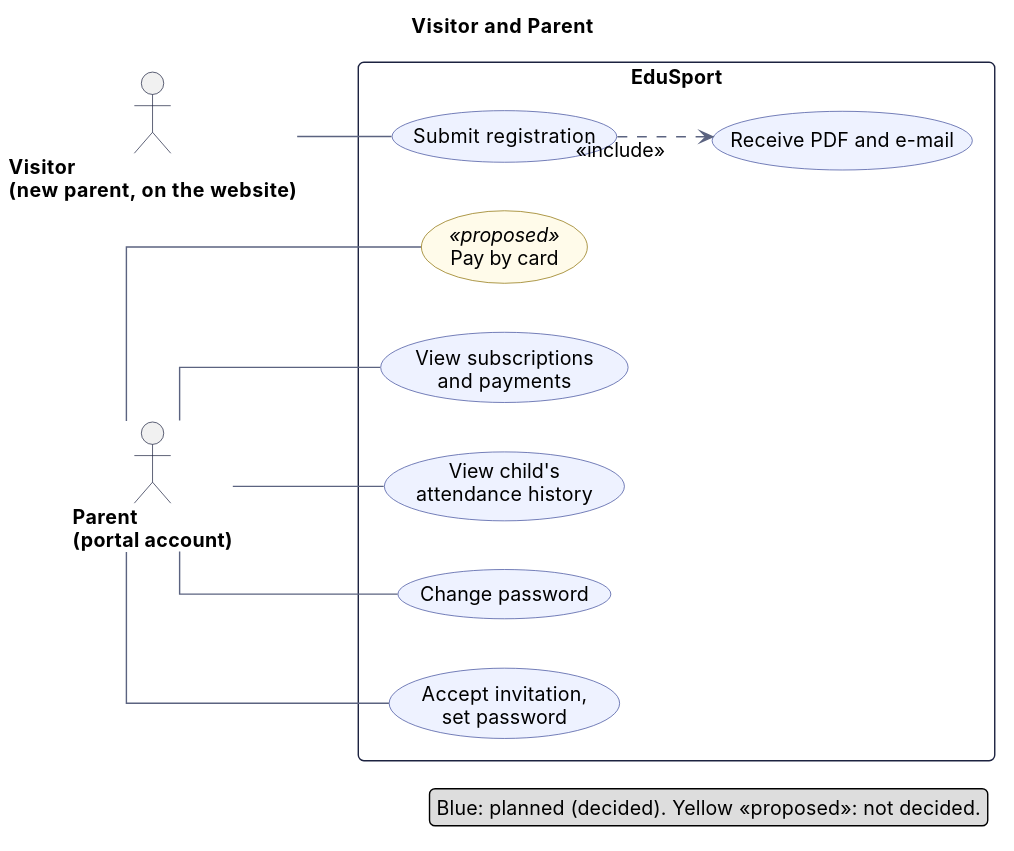
Above: docs/architecture/diagrams/02b-use-cases-parent.svg in codrin-postu/edusport_backend (PlantUML), before the change. Source of this version:
```plantuml
@startuml
!include _style.iuml
left to right direction
title Visitor and Parent
actor "Visitor\n(new parent, on the website)" as V
actor "Parent\n(portal account)" as P
rectangle "EduSport" {
  usecase "Submit registration" as R
  usecase "Receive PDF and e-mail" as E
  usecase "Accept invitation,\nset password" as PI
  usecase "Change password" as PW
  usecase "View child's\nattendance history" as PV
  usecase "View subscriptions\nand payments" as PS
  usecase "Pay by card" <<proposed>> as PC
}
V -- R
R ..> E : <<include>>
P -- PI
P -- PW
P -- PV
P -- PS
P -- PC
legend bottom right
  Blue: planned (decided). Yellow «proposed»: not decided.
endlegend
@enduml
```
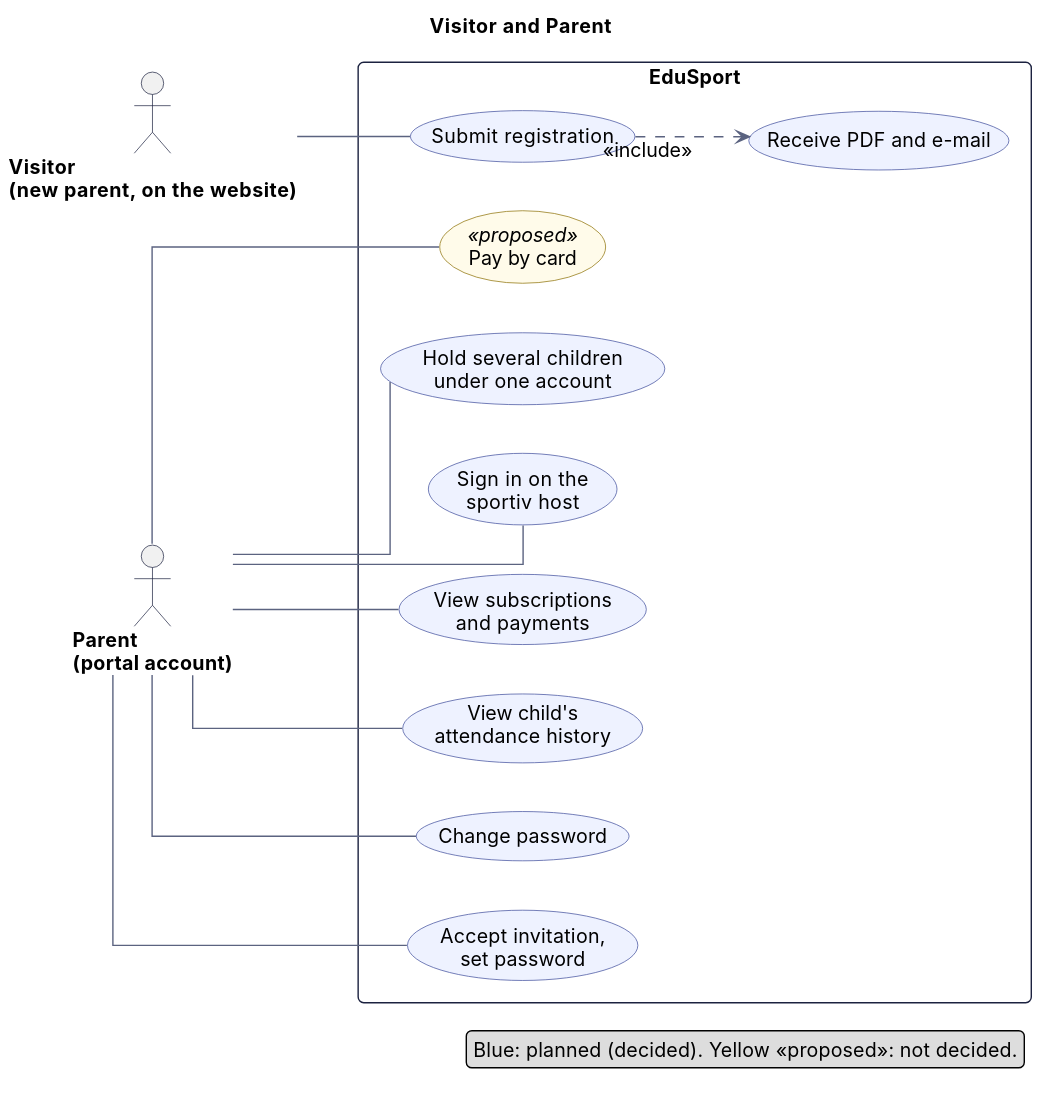
After the commit.

The edit, as a diff of the source:
```diff
@@ -11,6 +11,8 @@
   usecase "Change password" as PW
   usecase "View child's\nattendance history" as PV
   usecase "View subscriptions\nand payments" as PS
+  usecase "Sign in on the\nsportiv host" as PH
+  usecase "Hold several children\nunder one account" as PK
   usecase "Pay by card" <<proposed>> as PC
 }
 V -- R
@@ -19,6 +21,8 @@
 P -- PW
 P -- PV
 P -- PS
+P -- PH
+P -- PK
 P -- PC
 legend bottom right
   Blue: planned (decided). Yellow «proposed»: not decided.
```
